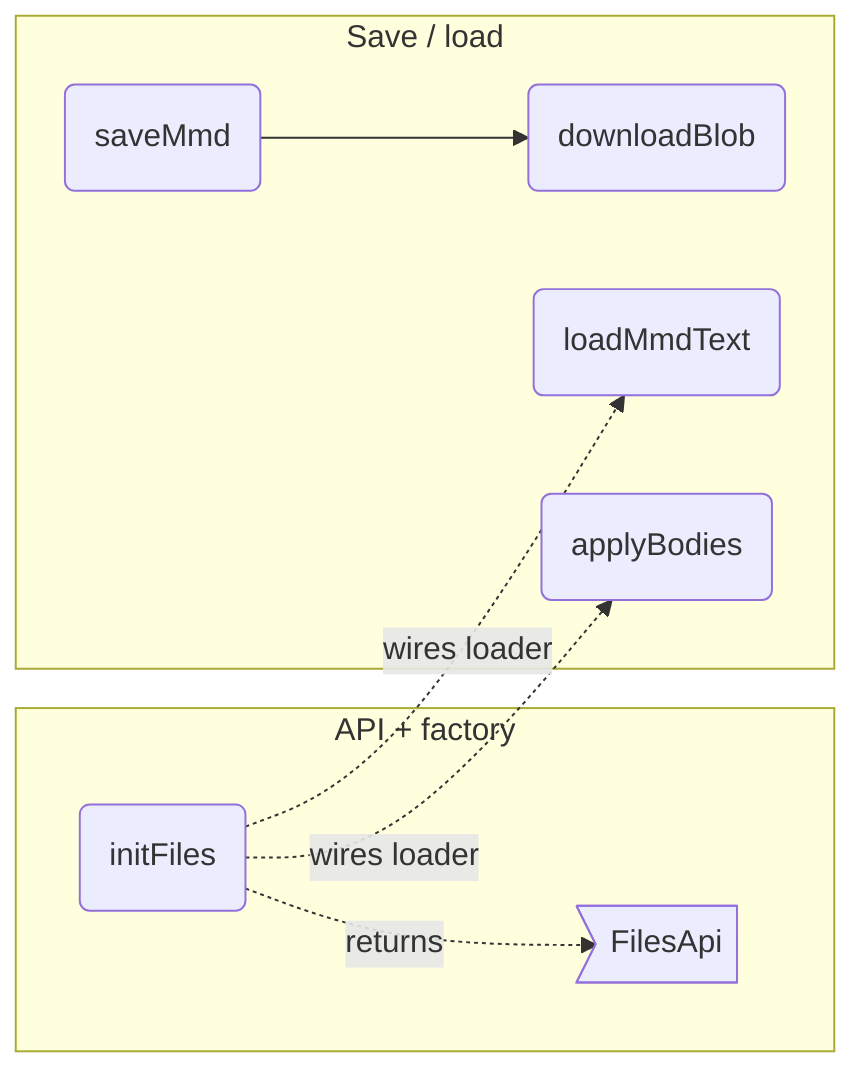
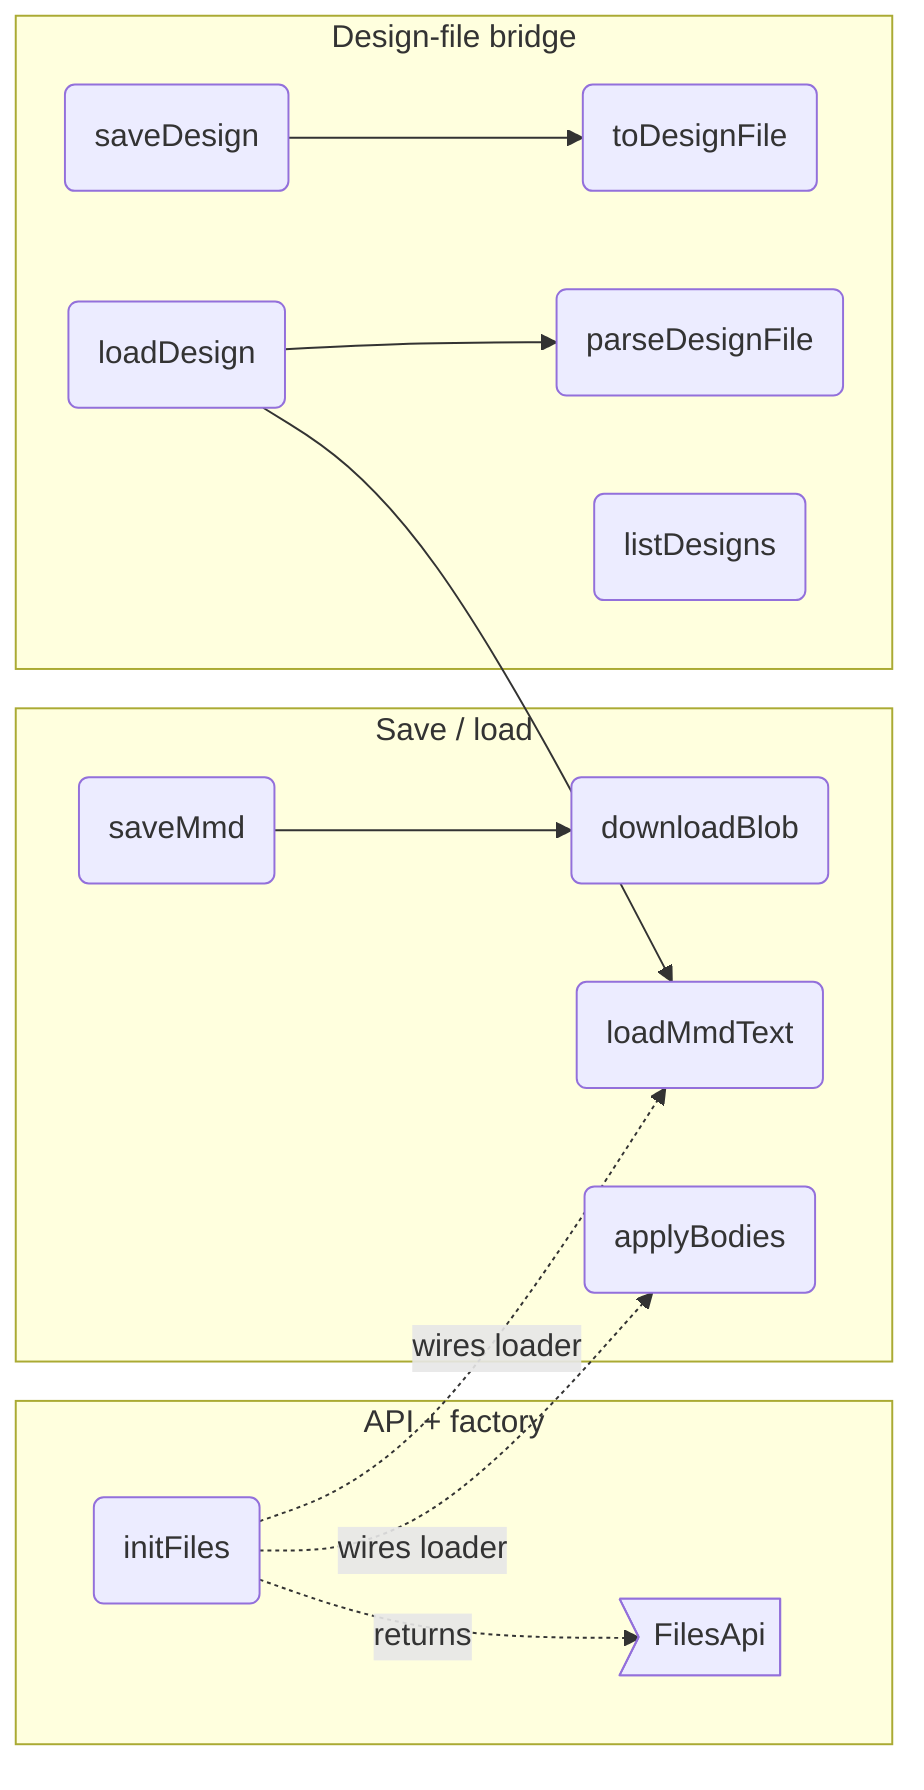
flowchart LR
%% root files

%% src FilesApi src/io/files.ts#FilesApi
%% kind FilesApi type
%% fm:meta FilesApi name=FilesApi
%% fm:meta FilesApi desc=public surface: saveMmd, loadMmdText, loadBodies

%% src initFiles src/io/files.ts#initFiles
%% kind initFiles function
%% fm:meta initFiles name=initFiles
%% fm:meta initFiles desc=wire save plus the hidden .mmd and bodies.json file inputs, bound to ctx; the load verbs are exposed on FilesApi (loadMmdText, loadBodies) so the unfold io tab and the legacy inputs share one code path
%% fm:meta initFiles i0.name=initFiles
%% fm:meta initFiles i0.accepts=ctx: AppContext
%% fm:meta initFiles i0.accepts=mermaid: MermaidApi
%% fm:meta initFiles i0.accepts=camera: CameraApi
%% fm:meta initFiles i0.returns=FilesApi

%% src saveMmd src/io/files.ts#saveMmd
%% kind saveMmd function
%% fm:meta saveMmd name=saveMmd
%% fm:meta saveMmd desc=download the current diagram as a diagram.mmd text file
%% fm:meta saveMmd i0.name=saveMmd
%% fm:meta saveMmd i0.returns=void

%% src downloadBlob src/io/files.ts#downloadBlob
%% kind downloadBlob function
%% fm:meta downloadBlob name=downloadBlob
%% fm:meta downloadBlob desc=trigger a browser download for a blob with a given filename
%% fm:meta downloadBlob i0.name=downloadBlob
%% fm:meta downloadBlob i0.accepts=blob: Blob
%% fm:meta downloadBlob i0.accepts=name: string
%% fm:meta downloadBlob i0.returns=void

%% src loadMmdText src/io/files.ts#loadMmdText
%% kind loadMmdText function
%% fm:meta loadMmdText name=loadMmdText
%% fm:meta loadMmdText desc=replace the diagram from .mmd text: apply through the mermaid module (the only parse path) then zoom to fit — the one code path behind the legacy hidden input and the unfold io tab
%% fm:meta loadMmdText i0.name=loadMmdText
%% fm:meta loadMmdText i0.accepts=text: string
%% fm:meta loadMmdText i0.returns=void

%% src applyBodies src/io/files.ts#applyBodies
%% kind applyBodies function
%% fm:meta applyBodies name=applyBodies
%% fm:meta applyBodies desc=validate a parsed bodies.json object into ctx.bodies for the source viewer
%% fm:meta applyBodies i0.name=applyBodies
%% fm:meta applyBodies i0.accepts=raw: unknown
%% fm:meta applyBodies i0.returns=void

%% parent f_api files
%% parent f_io files

  subgraph f_api ["API + factory"]
    FilesApi>"FilesApi"]
    initFiles("initFiles")
  end
  subgraph f_io ["Save / load"]
    saveMmd("saveMmd")
    downloadBlob("downloadBlob")
    loadMmdText("loadMmdText")
    applyBodies("applyBodies")
  end

+   subgraph f_design ["Design-file bridge"]
+     toDesignFile("toDesignFile")
+     parseDesignFile("parseDesignFile")
+     listDesigns("listDesigns")
+     saveDesign("saveDesign")
+     loadDesign("loadDesign")
+   end
+ 
  saveMmd --> downloadBlob
  initFiles -.->|returns| FilesApi
  initFiles -.->|wires loader| loadMmdText
  initFiles -.->|wires loader| applyBodies
+   saveDesign --> toDesignFile
+   loadDesign --> parseDesignFile
+   loadDesign --> loadMmdText
+ 
+ %% parent f_design files
+ 
+ %% src toDesignFile src/io/files.ts#toDesignFile
+ %% kind toDesignFile function
+ %% fm:meta toDesignFile name=toDesignFile
+ %% fm:meta toDesignFile desc=serialize a design draft to .design.mmd text: the mermaid body, then a single trailing `%% design-ui <uiJson>` envelope line
+ %% fm:meta toDesignFile i0.name=toDesignFile
+ %% fm:meta toDesignFile i0.accepts=mmd: string
+ %% fm:meta toDesignFile i0.accepts=uiJson: string
+ %% fm:meta toDesignFile i0.returns=string
+ 
+ %% src parseDesignFile src/io/files.ts#parseDesignFile
+ %% kind parseDesignFile function
+ %% fm:meta parseDesignFile name=parseDesignFile
+ %% fm:meta parseDesignFile desc=parse .design.mmd text into { body, uiJson } by splitting off a single trailing `%% design-ui ...` envelope line; uiJson is '' when no envelope is present
+ %% fm:meta parseDesignFile i0.name=parseDesignFile
+ %% fm:meta parseDesignFile i0.accepts=text: string
+ %% fm:meta parseDesignFile i0.returns={ body: string; uiJson: string }
+ 
+ %% src listDesigns src/io/files.ts#listDesigns
+ %% kind listDesigns function
+ %% fm:meta listDesigns name=listDesigns
+ %% fm:meta listDesigns desc=list saved design draft names by GETting /novakai/designs; returns [] if the dev file bridge is absent
+ %% fm:meta listDesigns i0.name=listDesigns
+ %% fm:meta listDesigns i0.returns=Promise<string[]>
+ 
+ %% src saveDesign src/io/files.ts#saveDesign
+ %% kind saveDesign function
+ %% fm:meta saveDesign name=saveDesign
+ %% fm:meta saveDesign desc=persist the current draft as designs/<name>.design.mmd via POST to the dev file bridge, using toMermaid() and ctx.hooks.getDesignDraft()
+ %% fm:meta saveDesign i0.name=saveDesign
+ %% fm:meta saveDesign i0.accepts=name: string
+ %% fm:meta saveDesign i0.returns=Promise<void>
+ 
+ %% src loadDesign src/io/files.ts#loadDesign
+ %% kind loadDesign function
+ %% fm:meta loadDesign name=loadDesign
+ %% fm:meta loadDesign desc=load designs/<name>.design.mmd via the dev bridge and restore both the diagram (loadMmdText) and the UI draft (ctx.hooks.restoreDesignDraft); no-op if the bridge is absent
+ %% fm:meta loadDesign i0.name=loadDesign
+ %% fm:meta loadDesign i0.accepts=name: string
+ %% fm:meta loadDesign i0.returns=Promise<void>
